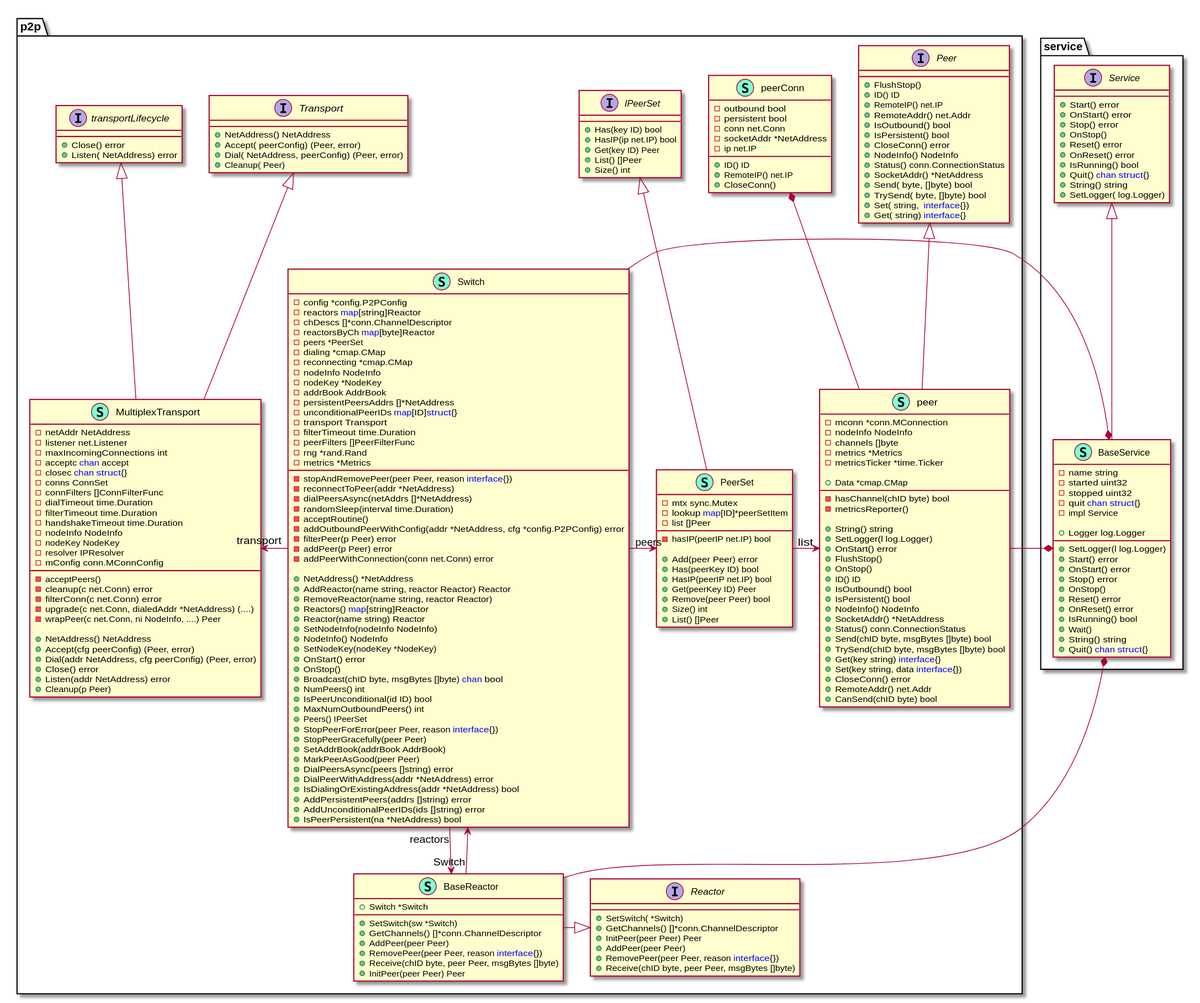
The PlantUML diagram cosmos-coinex/images/tendermint-p2p.svg in longcpp/CryptoInAction, before a commit.
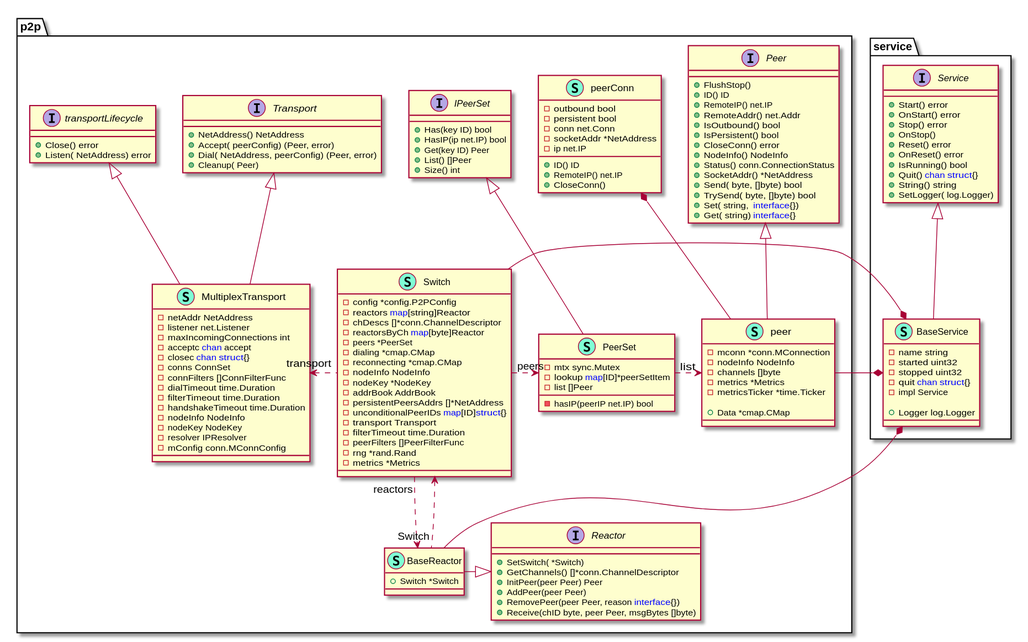
The same diagram one commit later.

Commit message:
figures adjust

Change to the diagram source:
```diff
@@ -2,13 +2,6 @@
 namespace p2p {
     class BaseReactor << (S,Aquamarine) >> {
         + Switch *Switch
-
-        + SetSwitch(sw *Switch)
-        + GetChannels() []*conn.ChannelDescriptor
-        + AddPeer(peer Peer)
-        + RemovePeer(peer Peer, reason <font color=blue>interface</font>{})
-        + Receive(chID byte, peer Peer, msgBytes []byte)
-        + InitPeer(peer Peer) Peer
 
     }
     interface IPeerSet  {
@@ -35,19 +28,6 @@
         - resolver IPResolver
         - mConfig conn.MConnConfig
 
-        - acceptPeers()
-        - cleanup(c net.Conn) error
-        - filterConn(c net.Conn) error
-        - upgrade(c net.Conn, dialedAddr *NetAddress) (....)
-        - wrapPeer(c net.Conn, ni NodeInfo, ....) Peer
-
-        + NetAddress() NetAddress
-        + Accept(cfg peerConfig) (Peer, error)
-        + Dial(addr NetAddress, cfg peerConfig) (Peer, error)
-        + Close() error
-        + Listen(addr NetAddress) error
-        + Cleanup(p Peer)
-
     }
     interface Peer  {
         + FlushStop()
@@ -72,14 +52,6 @@
         - list []Peer
 
         - hasIP(peerIP net.IP) bool
-
-        + Add(peer Peer) error
-        + Has(peerKey ID) bool
-        + HasIP(peerIP net.IP) bool
-        + Get(peerKey ID) Peer
-        + Remove(peer Peer) bool
-        + Size() int
-        + List() []Peer
 
     }
     interface Reactor  {
@@ -110,42 +82,6 @@
         - rng *rand.Rand
         - metrics *Metrics
 
-        - stopAndRemovePeer(peer Peer, reason <font color=blue>interface</font>{})
-        - reconnectToPeer(addr *NetAddress)
-        - dialPeersAsync(netAddrs []*NetAddress)
-        - randomSleep(interval time.Duration)
-        - acceptRoutine()
-        - addOutboundPeerWithConfig(addr *NetAddress, cfg *config.P2PConfig) error
-        - filterPeer(p Peer) error
-        - addPeer(p Peer) error
-        - addPeerWithConnection(conn net.Conn) error
-
-        + NetAddress() *NetAddress
-        + AddReactor(name string, reactor Reactor) Reactor
-        + RemoveReactor(name string, reactor Reactor)
-        + Reactors() <font color=blue>map</font>[string]Reactor
-        + Reactor(name string) Reactor
-        + SetNodeInfo(nodeInfo NodeInfo)
-        + NodeInfo() NodeInfo
-        + SetNodeKey(nodeKey *NodeKey)
-        + OnStart() error
-        + OnStop()
-        + Broadcast(chID byte, msgBytes []byte) <font color=blue>chan</font> bool
-        + NumPeers() int
-        + IsPeerUnconditional(id ID) bool
-        + MaxNumOutboundPeers() int
-        + Peers() IPeerSet
-        + StopPeerForError(peer Peer, reason <font color=blue>interface</font>{})
-        + StopPeerGracefully(peer Peer)
-        + SetAddrBook(addrBook AddrBook)
-        + MarkPeerAsGood(peer Peer)
-        + DialPeersAsync(peers []string) error
-        + DialPeerWithAddress(addr *NetAddress) error
-        + IsDialingOrExistingAddress(addr *NetAddress) bool
-        + AddPersistentPeers(addrs []string) error
-        + AddUnconditionalPeerIDs(ids []string) error
-        + IsPeerPersistent(na *NetAddress) bool
-
     }
     interface Transport  {
         + NetAddress() NetAddress
@@ -162,28 +98,6 @@
         - metricsTicker *time.Ticker
 
         + Data *cmap.CMap
-
-        - hasChannel(chID byte) bool
-        - metricsReporter()
-
-        + String() string
-        + SetLogger(l log.Logger)
-        + OnStart() error
-        + FlushStop()
-        + OnStop()
-        + ID() ID
-        + IsOutbound() bool
-        + IsPersistent() bool
-        + NodeInfo() NodeInfo
-        + SocketAddr() *NetAddress
-        + Status() conn.ConnectionStatus
-        + Send(chID byte, msgBytes []byte) bool
-        + TrySend(chID byte, msgBytes []byte) bool
-        + Get(key string) <font color=blue>interface</font>{}
-        + Set(key string, data <font color=blue>interface</font>{})
-        + CloseConn() error
-        + RemoteAddr() net.Addr
-        + CanSend(chID byte) bool
 
     }
     class peerConn << (S,Aquamarine) >> {
@@ -214,18 +128,6 @@
         - impl Service
 
         + Logger log.Logger
-
-        + SetLogger(l log.Logger)
-        + Start() error
-        + OnStart() error
-        + Stop() error
-        + OnStop()
-        + Reset() error
-        + OnReset() error
-        + IsRunning() bool
-        + Wait()
-        + String() string
-        + Quit() <font color=blue>chan</font> <font color=blue>struct</font>{}
 
     }
     interface Service  {
@@ -259,12 +161,12 @@
 "p2p.Peer" <|-- "p2p.peer"
 
 "service.BaseService" *-up- "p2p.Switch"
-"p2p.BaseReactor" <-down- "reactors" "p2p.Switch"
-"p2p.PeerSet" <-right "peers" "p2p.Switch"
-"p2p.MultiplexTransport" <-left "transport" "p2p.Switch"
- "p2p.Switch" <-- "Switch" "p2p.BaseReactor"
+"p2p.BaseReactor" <.down. "reactors" "p2p.Switch"
+"p2p.PeerSet" <.right "peers" "p2p.Switch"
+"p2p.MultiplexTransport" <.left "transport" "p2p.Switch"
+ "p2p.Switch" <.. "Switch" "p2p.BaseReactor"
 
-"p2p.peer" <-right "list" "p2p.PeerSet"
+"p2p.peer" <.right "list" "p2p.PeerSet"
 
 
 @enduml
```
